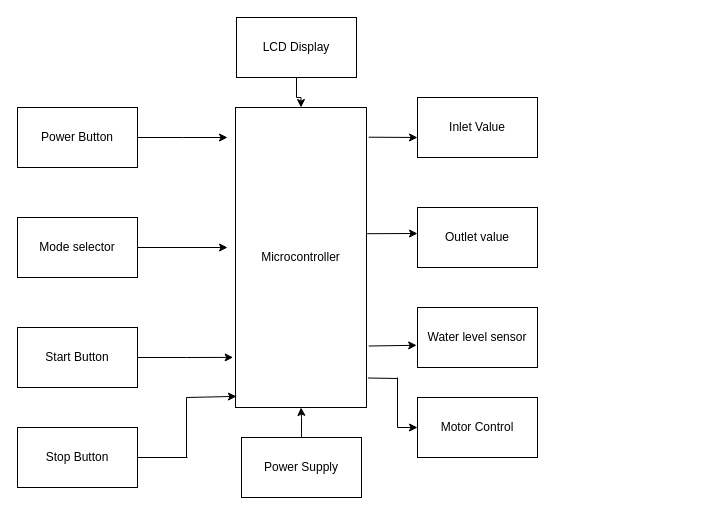
Akshaykelagade/M2-EmbSys keeps this draw.io diagram as CaseStudy/Untitled Diagram.drawio. Above is the earlier version. Source tidied: cells renumbered, new cells numbered last; positions are measured from the earlier drawing's top-left corner, leaving out a move shared by most shapes. Both pictures are drawn from the tidied source at 100%, with x=0, y=0 at pixel (17, 17).
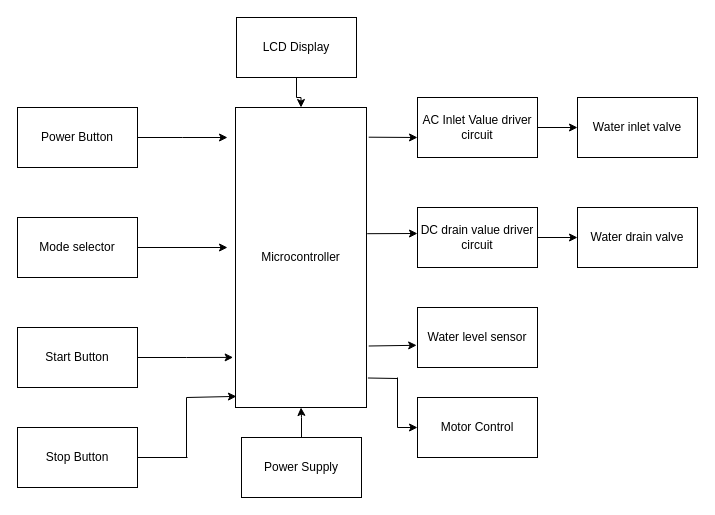
Above is the later version.

The edit, as a diff of the source:
```diff
@@
+    <mxCell id="27" style="edgeStyle=orthogonalEdgeStyle;rounded=0;jettySize=auto;html=1;" parent="1" edge="1" source="13" target="29">
+      <mxGeometry relative="1" as="geometry" />
+    </mxCell>
-    <mxCell id="13" value="Inlet Value" style="whiteSpace=wrap;html=1;" parent="1" vertex="1">
+    <mxCell id="13" value="AC Inlet Value driver&lt;br&gt;circuit" style="whiteSpace=wrap;html=1;" parent="1" vertex="1">
       <mxGeometry x="400" y="80" width="120" height="60" as="geometry" />
     </mxCell>
+    <mxCell id="28" style="edgeStyle=orthogonalEdgeStyle;rounded=0;jettySize=auto;html=1;" parent="1" edge="1" source="14" target="30">
+      <mxGeometry relative="1" as="geometry" />
+    </mxCell>
-    <mxCell id="14" value="Outlet value" style="rounded=0;whiteSpace=wrap;html=1;" parent="1" vertex="1">
+    <mxCell id="14" value="DC drain value driver&lt;br&gt;circuit" style="rounded=0;whiteSpace=wrap;html=1;" parent="1" vertex="1">
       <mxGeometry x="400" y="190" width="120" height="60" as="geometry" />
     </mxCell>
-    <mxCell id="15" value="Water level sensor" style="rounded=0;whiteSpace=wrap;html=1;" parent="1" vertex="1">
+    <mxCell id="15" value="Water level sensor" style="rounded=0;whiteSpace=wrap;html=1;strokeColor=#000000;" parent="1" vertex="1">
       <mxGeometry x="400" y="290" width="120" height="60" as="geometry" />
     </mxCell>
@@
+    <mxCell id="29" value="Water inlet valve" style="rounded=0;whiteSpace=wrap;html=1;strokeColor=#000000;" parent="1" vertex="1">
+      <mxGeometry x="560" y="80" width="120" height="60" as="geometry" />
+    </mxCell>
+    <mxCell id="30" value="Water drain valve" style="rounded=0;whiteSpace=wrap;html=1;strokeColor=#000000;" parent="1" vertex="1">
+      <mxGeometry x="560" y="190" width="120" height="60" as="geometry" />
+    </mxCell>
```
